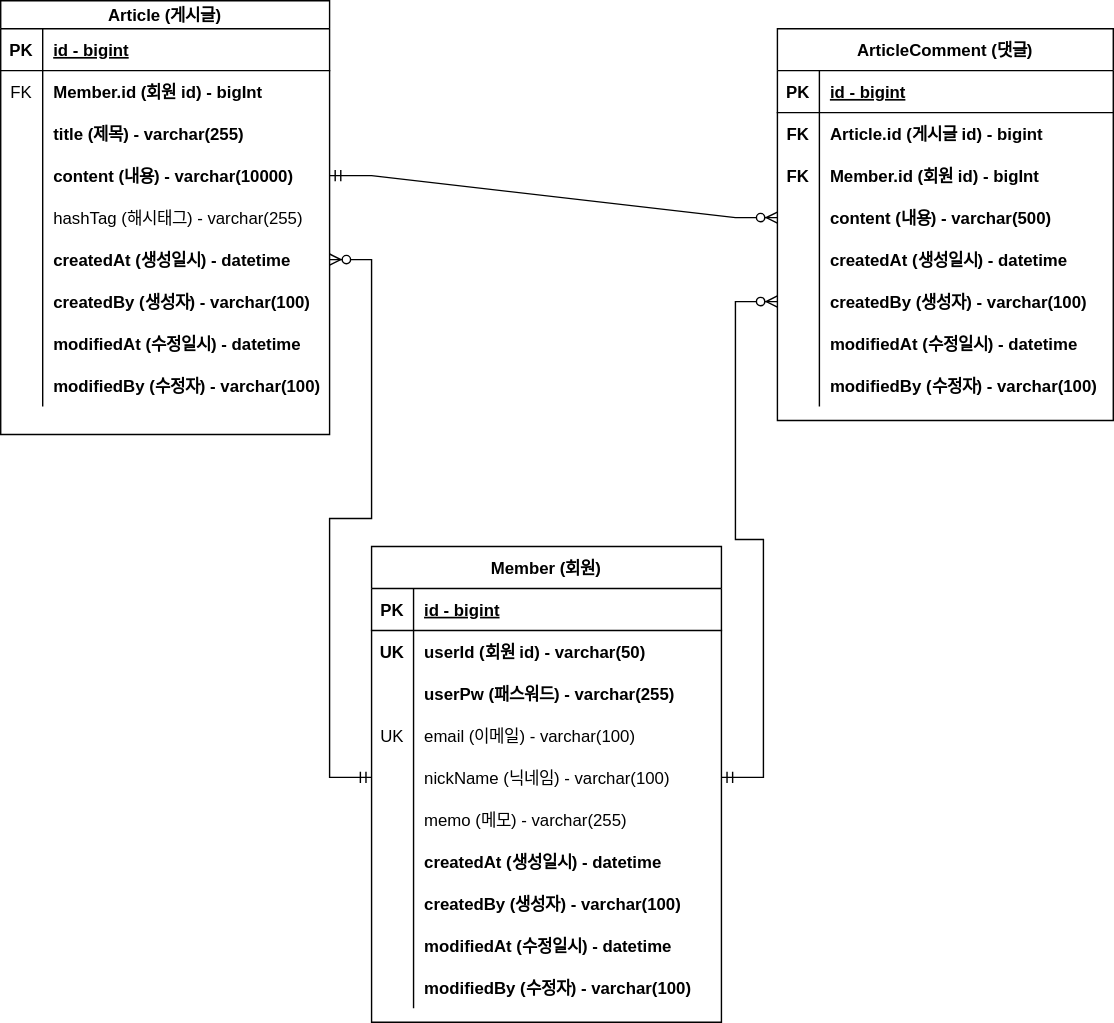
pyo92/project-board keeps this draw.io diagram as document/erd.svg. Above is the earlier version. Source tidied: cells renumbered, new cells last; positions are measured from the earlier drawing's top-left corner, leaving out a move shared by most shapes.
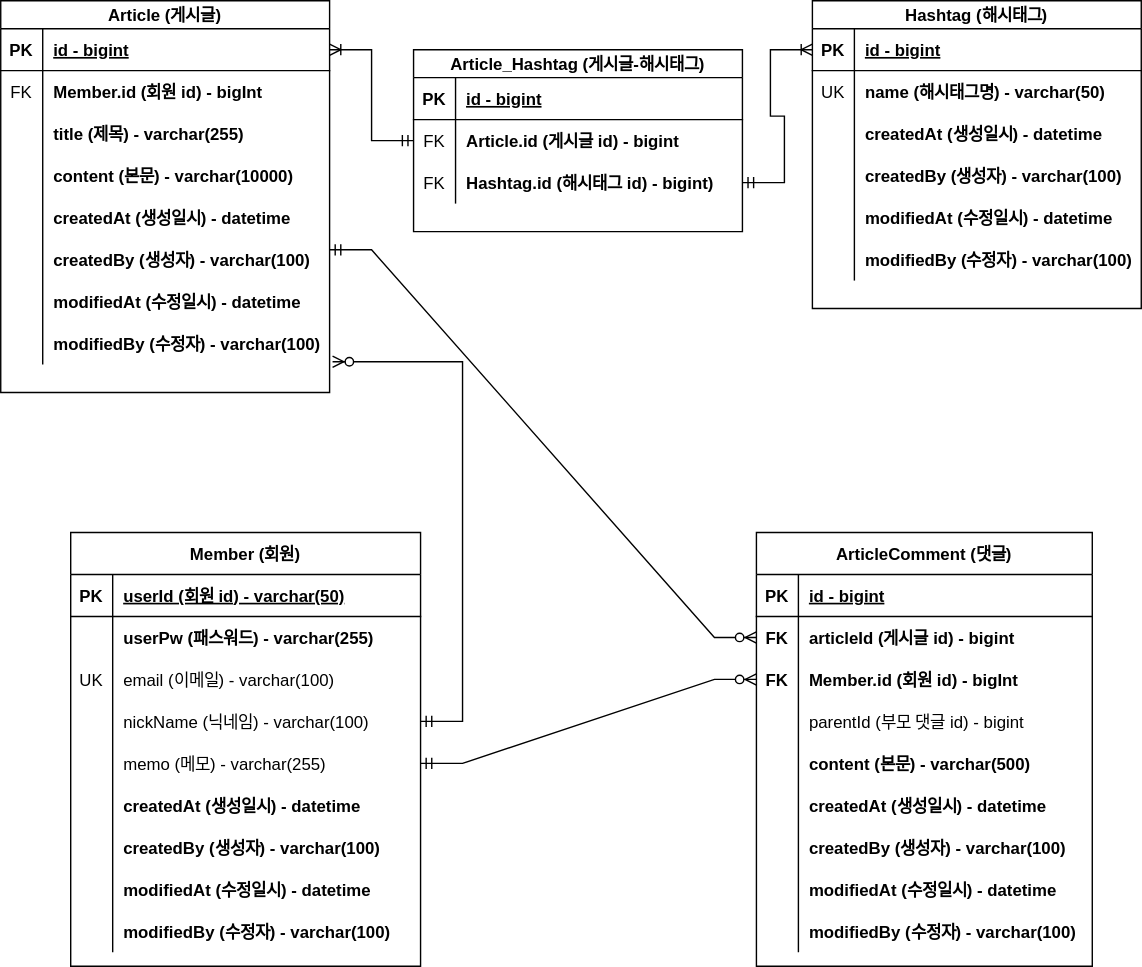
After the change.

Commit message:
[docs] #64 : erd 업데이트 - 해시태그, 대댓글

- 해시태그 (단일 -> 다중), 대댓글 기능 추가로 인한 도메인 변경사항을 반영해 erd 업데이트

The edit, as a diff of the source:
```diff
@@ -5,3 +5,3 @@
     <mxCell id="2" value="Article (게시글)" style="shape=table;startSize=20;rowLines=0;fontStyle=1;align=center;" parent="1" vertex="1">
-      <mxGeometry width="235" height="310" as="geometry" />
+      <mxGeometry x="-12" y="20" width="235" height="280" as="geometry" />
     </mxCell>
@@ -40,16 +40,7 @@
     </mxCell>
-    <mxCell id="14" value="content (내용) - varchar(10000)" style="shape=partialRectangle;overflow=hidden;fillColor=none;top=0;left=0;bottom=0;right=0;align=left;spacingLeft=6;fontStyle=1;" parent="12" vertex="1">
+    <mxCell id="14" value="content (본문) - varchar(10000)" style="shape=partialRectangle;overflow=hidden;fillColor=none;top=0;left=0;bottom=0;right=0;align=left;spacingLeft=6;fontStyle=1;" parent="12" vertex="1">
       <mxGeometry x="30" width="205" height="30" as="geometry" />
     </mxCell>
-    <mxCell id="15" style="shape=partialRectangle;fillColor=none;top=0;left=0;right=0;bottom=0;" parent="2" vertex="1">
-      <mxGeometry y="140" width="235" height="30" as="geometry" />
-    </mxCell>
-    <mxCell id="16" style="shape=partialRectangle;overflow=hidden;fillColor=none;top=0;left=0;bottom=0;right=0;" parent="15" vertex="1">
-      <mxGeometry width="30" height="30" as="geometry" />
-    </mxCell>
-    <mxCell id="17" value="hashTag (해시태그) - varchar(255)" style="shape=partialRectangle;overflow=hidden;fillColor=none;top=0;left=0;bottom=0;right=0;align=left;spacingLeft=6;" parent="15" vertex="1">
-      <mxGeometry x="30" width="205" height="30" as="geometry" />
-    </mxCell>
     <mxCell id="18" style="shape=partialRectangle;fillColor=none;points=[[0,0.5],[1,0.5]];portConstraint=eastwest;top=0;left=0;right=0;bottom=0;" parent="2" vertex="1">
-      <mxGeometry y="170" width="235" height="30" as="geometry" />
+      <mxGeometry y="140" width="235" height="30" as="geometry" />
     </mxCell>
@@ -62,3 +53,3 @@
     <mxCell id="21" style="shape=partialRectangle;fillColor=none;points=[[0,0.5],[1,0.5]];portConstraint=eastwest;top=0;left=0;right=0;bottom=0;" parent="2" vertex="1">
-      <mxGeometry y="200" width="235" height="30" as="geometry" />
+      <mxGeometry y="170" width="235" height="30" as="geometry" />
     </mxCell>
@@ -71,3 +62,3 @@
     <mxCell id="24" style="shape=partialRectangle;fillColor=none;top=0;left=0;right=0;bottom=0;" parent="2" vertex="1">
-      <mxGeometry y="230" width="235" height="30" as="geometry" />
+      <mxGeometry y="200" width="235" height="30" as="geometry" />
     </mxCell>
@@ -80,3 +71,3 @@
     <mxCell id="27" style="shape=partialRectangle;fillColor=none;points=[[0,0.5],[1,0.5]];portConstraint=eastwest;top=0;left=0;right=0;bottom=0;" parent="2" vertex="1">
-      <mxGeometry y="260" width="235" height="30" as="geometry" />
+      <mxGeometry y="230" width="235" height="30" as="geometry" />
     </mxCell>
@@ -89,3 +80,3 @@
     <mxCell id="30" value="ArticleComment (댓글)" style="shape=table;startSize=30;rowLines=0;fontStyle=1;align=center;" parent="1" vertex="1">
-      <mxGeometry x="555" y="20" width="240" height="280" as="geometry" />
+      <mxGeometry x="528" y="400" width="240" height="310" as="geometry" />
     </mxCell>
@@ -124,7 +115,16 @@
     </mxCell>
-    <mxCell id="42" value="content (내용) - varchar(500)" style="shape=partialRectangle;overflow=hidden;fillColor=none;top=0;left=0;bottom=0;right=0;align=left;spacingLeft=6;fontStyle=1;" parent="40" vertex="1">
+    <mxCell id="42" value="parentId (부모 댓글 id) - bigint" style="shape=partialRectangle;overflow=hidden;fillColor=none;top=0;left=0;bottom=0;right=0;align=left;spacingLeft=6;fontStyle=0;" parent="40" vertex="1">
       <mxGeometry x="30" width="210" height="30" as="geometry" />
     </mxCell>
+    <mxCell id="89" style="shape=partialRectangle;fillColor=none;top=0;left=0;right=0;bottom=0;" parent="30" vertex="1">
+      <mxGeometry y="150" width="240" height="30" as="geometry" />
+    </mxCell>
+    <mxCell id="90" style="shape=partialRectangle;overflow=hidden;fillColor=none;top=0;left=0;bottom=0;right=0;" parent="89" vertex="1">
+      <mxGeometry width="30" height="30" as="geometry" />
+    </mxCell>
+    <mxCell id="91" value="content (본문) - varchar(500)" style="shape=partialRectangle;overflow=hidden;fillColor=none;top=0;left=0;bottom=0;right=0;align=left;spacingLeft=6;fontStyle=1;" parent="89" vertex="1">
+      <mxGeometry x="30" width="210" height="30" as="geometry" />
+    </mxCell>
     <mxCell id="43" style="shape=partialRectangle;fillColor=none;top=0;left=0;right=0;bottom=0;" parent="30" vertex="1">
-      <mxGeometry y="150" width="240" height="30" as="geometry" />
+      <mxGeometry y="180" width="240" height="30" as="geometry" />
     </mxCell>
@@ -137,3 +137,3 @@
     <mxCell id="46" style="shape=partialRectangle;fillColor=none;points=[[0,0.5],[1,0.5]];portConstraint=eastwest;top=0;left=0;right=0;bottom=0;" parent="30" vertex="1">
-      <mxGeometry y="180" width="240" height="30" as="geometry" />
+      <mxGeometry y="210" width="240" height="30" as="geometry" />
     </mxCell>
@@ -146,3 +146,3 @@
     <mxCell id="49" style="shape=partialRectangle;fillColor=none;top=0;left=0;right=0;bottom=0;" parent="30" vertex="1">
-      <mxGeometry y="210" width="240" height="30" as="geometry" />
+      <mxGeometry y="240" width="240" height="30" as="geometry" />
     </mxCell>
@@ -155,3 +155,3 @@
     <mxCell id="52" style="shape=partialRectangle;fillColor=none;top=0;left=0;right=0;bottom=0;" parent="30" vertex="1">
-      <mxGeometry y="240" width="240" height="30" as="geometry" />
+      <mxGeometry y="270" width="240" height="30" as="geometry" />
     </mxCell>
@@ -163,3 +163,3 @@
     </mxCell>
-    <mxCell id="55" style="edgeStyle=entityRelationEdgeStyle;fontSize=12;html=1;endArrow=ERzeroToMany;startArrow=ERmandOne;rounded=0;entryX=0;entryY=0.5;entryDx=0;entryDy=0;exitX=1;exitY=0.5;exitDx=0;exitDy=0;" parent="1" edge="1" source="12" target="40">
+    <mxCell id="55" style="edgeStyle=entityRelationEdgeStyle;fontSize=12;html=1;endArrow=ERzeroToMany;startArrow=ERmandOne;rounded=0;exitX=1;exitY=0.267;exitDx=0;exitDy=0;entryX=0;entryY=0.5;entryDx=0;entryDy=0;exitPerimeter=0;" parent="1" edge="1" source="21" target="34">
       <mxGeometry relative="1" as="geometry" />
@@ -167,3 +167,3 @@
     <mxCell id="56" value="Member (회원)" style="shape=table;startSize=30;rowLines=0;fontStyle=1;align=center;" parent="1" vertex="1">
-      <mxGeometry x="265" y="390" width="250" height="340" as="geometry" />
+      <mxGeometry x="38" y="400" width="250" height="310" as="geometry" />
     </mxCell>
@@ -175,16 +175,7 @@
     </mxCell>
-    <mxCell id="59" value="id - bigint" style="shape=partialRectangle;overflow=hidden;fillColor=none;top=0;left=0;bottom=0;right=0;align=left;spacingLeft=6;fontStyle=5;" parent="57" vertex="1">
+    <mxCell id="59" value="userId (회원 id) - varchar(50)" style="shape=partialRectangle;overflow=hidden;fillColor=none;top=0;left=0;bottom=0;right=0;align=left;spacingLeft=6;fontStyle=5;" parent="57" vertex="1">
       <mxGeometry x="30" width="220" height="30" as="geometry" />
     </mxCell>
-    <mxCell id="60" style="shape=partialRectangle;fillColor=none;top=0;left=0;right=0;bottom=0;fontStyle=0;" parent="56" vertex="1">
-      <mxGeometry y="60" width="250" height="30" as="geometry" />
-    </mxCell>
-    <mxCell id="61" value="UK" style="shape=partialRectangle;overflow=hidden;fillColor=none;top=0;left=0;bottom=0;right=0;fontStyle=1;" parent="60" vertex="1">
-      <mxGeometry width="30" height="30" as="geometry" />
-    </mxCell>
-    <mxCell id="62" value="userId (회원 id) - varchar(50)" style="shape=partialRectangle;overflow=hidden;fillColor=none;top=0;left=0;bottom=0;right=0;align=left;spacingLeft=6;fontStyle=1;" parent="60" vertex="1">
-      <mxGeometry x="30" width="220" height="30" as="geometry" />
-    </mxCell>
     <mxCell id="63" style="shape=partialRectangle;fillColor=none;top=0;left=0;right=0;bottom=0;" parent="56" vertex="1">
-      <mxGeometry y="90" width="250" height="30" as="geometry" />
+      <mxGeometry y="60" width="250" height="30" as="geometry" />
     </mxCell>
@@ -197,3 +188,3 @@
     <mxCell id="66" style="shape=partialRectangle;fillColor=none;top=0;left=0;right=0;bottom=0;" parent="56" vertex="1">
-      <mxGeometry y="120" width="250" height="30" as="geometry" />
+      <mxGeometry y="90" width="250" height="30" as="geometry" />
     </mxCell>
@@ -206,3 +197,3 @@
     <mxCell id="69" style="shape=partialRectangle;fillColor=none;points=[[0,0.5],[1,0.5]];portConstraint=eastwest;top=0;left=0;right=0;bottom=0;" parent="56" vertex="1">
-      <mxGeometry y="150" width="250" height="30" as="geometry" />
+      <mxGeometry y="120" width="250" height="30" as="geometry" />
     </mxCell>
@@ -215,3 +206,3 @@
     <mxCell id="72" style="shape=partialRectangle;fillColor=none;points=[[0,0.5],[1,0.5]];portConstraint=eastwest;top=0;left=0;right=0;bottom=0;" parent="56" vertex="1">
-      <mxGeometry y="180" width="250" height="30" as="geometry" />
+      <mxGeometry y="150" width="250" height="30" as="geometry" />
     </mxCell>
@@ -224,3 +215,3 @@
     <mxCell id="75" style="shape=partialRectangle;fillColor=none;top=0;left=0;right=0;bottom=0;" parent="56" vertex="1">
-      <mxGeometry y="210" width="250" height="30" as="geometry" />
+      <mxGeometry y="180" width="250" height="30" as="geometry" />
     </mxCell>
@@ -233,3 +224,3 @@
     <mxCell id="78" style="shape=partialRectangle;fillColor=none;top=0;left=0;right=0;bottom=0;" parent="56" vertex="1">
-      <mxGeometry y="240" width="250" height="30" as="geometry" />
+      <mxGeometry y="210" width="250" height="30" as="geometry" />
     </mxCell>
@@ -242,3 +233,3 @@
     <mxCell id="81" style="shape=partialRectangle;fillColor=none;top=0;left=0;right=0;bottom=0;" parent="56" vertex="1">
-      <mxGeometry y="270" width="250" height="30" as="geometry" />
+      <mxGeometry y="240" width="250" height="30" as="geometry" />
     </mxCell>
@@ -251,3 +242,3 @@
     <mxCell id="84" style="shape=partialRectangle;fillColor=none;top=0;left=0;right=0;bottom=0;" parent="56" vertex="1">
-      <mxGeometry y="300" width="250" height="30" as="geometry" />
+      <mxGeometry y="270" width="250" height="30" as="geometry" />
     </mxCell>
@@ -259,8 +250,101 @@
     </mxCell>
-    <mxCell id="87" style="edgeStyle=entityRelationEdgeStyle;fontSize=12;html=1;endArrow=ERzeroToMany;startArrow=ERmandOne;rounded=0;entryX=1;entryY=0.5;entryDx=0;entryDy=0;exitX=0;exitY=0.5;exitDx=0;exitDy=0;" parent="1" edge="1" source="69" target="18">
+    <mxCell id="87" style="edgeStyle=entityRelationEdgeStyle;fontSize=12;html=1;endArrow=ERzeroToMany;startArrow=ERmandOne;rounded=0;entryX=1.009;entryY=0.933;entryDx=0;entryDy=0;entryPerimeter=0;" parent="1" edge="1" source="69" target="27">
       <mxGeometry relative="1" as="geometry" />
     </mxCell>
-    <mxCell id="88" style="edgeStyle=entityRelationEdgeStyle;fontSize=12;html=1;endArrow=ERzeroToMany;startArrow=ERmandOne;exitX=1;exitY=0.5;exitDx=0;exitDy=0;entryX=0;entryY=0.5;entryDx=0;entryDy=0;rounded=0;" parent="1" edge="1" source="69" target="46">
+    <mxCell id="88" style="edgeStyle=entityRelationEdgeStyle;fontSize=12;html=1;endArrow=ERzeroToMany;startArrow=ERmandOne;exitX=1;exitY=0.5;exitDx=0;exitDy=0;rounded=0;entryX=0;entryY=0.5;entryDx=0;entryDy=0;" parent="1" edge="1" source="72" target="37">
       <mxGeometry relative="1" as="geometry" />
     </mxCell>
+    <mxCell id="92" value="Hashtag (해시태그)" style="shape=table;startSize=20;rowLines=0;fontStyle=1;align=center;" parent="1" vertex="1">
+      <mxGeometry x="568" y="20" width="235" height="220" as="geometry" />
+    </mxCell>
+    <mxCell id="93" style="shape=partialRectangle;fillColor=none;points=[[0,0.5],[1,0.5]];portConstraint=eastwest;top=0;left=0;right=0;bottom=1;" parent="92" vertex="1">
+      <mxGeometry y="20" width="235" height="30" as="geometry" />
+    </mxCell>
+    <mxCell id="94" value="PK" style="shape=partialRectangle;overflow=hidden;fillColor=none;top=0;left=0;bottom=0;right=0;fontStyle=1;" parent="93" vertex="1">
+      <mxGeometry width="30" height="30" as="geometry" />
+    </mxCell>
+    <mxCell id="95" value="id - bigint" style="shape=partialRectangle;overflow=hidden;fillColor=none;top=0;left=0;bottom=0;right=0;align=left;spacingLeft=6;fontStyle=5;" parent="93" vertex="1">
+      <mxGeometry x="30" width="205" height="30" as="geometry" />
+    </mxCell>
+    <mxCell id="96" style="shape=partialRectangle;fillColor=none;top=0;left=0;right=0;bottom=0;" parent="92" vertex="1">
+      <mxGeometry y="50" width="235" height="30" as="geometry" />
+    </mxCell>
+    <mxCell id="61" value="UK" style="shape=partialRectangle;overflow=hidden;fillColor=none;top=0;left=0;bottom=0;right=0;" parent="96" vertex="1">
+      <mxGeometry width="30" height="30" as="geometry" />
+    </mxCell>
+    <mxCell id="97" value="name (해시태그명) - varchar(50)" style="shape=partialRectangle;overflow=hidden;fillColor=none;top=0;left=0;bottom=0;right=0;align=left;spacingLeft=6;fontStyle=1;" parent="96" vertex="1">
+      <mxGeometry x="30" width="205" height="30" as="geometry" />
+    </mxCell>
+    <mxCell id="98" style="shape=partialRectangle;fillColor=none;top=0;left=0;right=0;bottom=0;" parent="92" vertex="1">
+      <mxGeometry y="80" width="235" height="30" as="geometry" />
+    </mxCell>
+    <mxCell id="99" style="shape=partialRectangle;overflow=hidden;fillColor=none;top=0;left=0;bottom=0;right=0;" parent="98" vertex="1">
+      <mxGeometry width="30" height="30" as="geometry" />
+    </mxCell>
+    <mxCell id="100" value="createdAt (생성일시) - datetime" style="shape=partialRectangle;overflow=hidden;fillColor=none;top=0;left=0;bottom=0;right=0;align=left;spacingLeft=6;fontStyle=1;" parent="98" vertex="1">
+      <mxGeometry x="30" width="205" height="30" as="geometry" />
+    </mxCell>
+    <mxCell id="101" style="shape=partialRectangle;fillColor=none;top=0;left=0;right=0;bottom=0;" parent="92" vertex="1">
+      <mxGeometry y="110" width="235" height="30" as="geometry" />
+    </mxCell>
+    <mxCell id="102" style="shape=partialRectangle;overflow=hidden;fillColor=none;top=0;left=0;bottom=0;right=0;" parent="101" vertex="1">
+      <mxGeometry width="30" height="30" as="geometry" />
+    </mxCell>
+    <mxCell id="103" value="createdBy (생성자) - varchar(100)" style="shape=partialRectangle;overflow=hidden;fillColor=none;top=0;left=0;bottom=0;right=0;align=left;spacingLeft=6;fontStyle=1;" parent="101" vertex="1">
+      <mxGeometry x="30" width="205" height="30" as="geometry" />
+    </mxCell>
+    <mxCell id="15" style="shape=partialRectangle;fillColor=none;top=0;left=0;right=0;bottom=0;" parent="92" vertex="1">
+      <mxGeometry y="140" width="235" height="30" as="geometry" />
+    </mxCell>
+    <mxCell id="104" style="shape=partialRectangle;overflow=hidden;fillColor=none;top=0;left=0;bottom=0;right=0;" parent="15" vertex="1">
+      <mxGeometry width="30" height="30" as="geometry" />
+    </mxCell>
+    <mxCell id="105" value="modifiedAt (수정일시) - datetime" style="shape=partialRectangle;overflow=hidden;fillColor=none;top=0;left=0;bottom=0;right=0;align=left;spacingLeft=6;fontStyle=1;" parent="15" vertex="1">
+      <mxGeometry x="30" width="205" height="30" as="geometry" />
+    </mxCell>
+    <mxCell id="106" style="shape=partialRectangle;fillColor=none;top=0;left=0;right=0;bottom=0;" parent="92" vertex="1">
+      <mxGeometry y="170" width="235" height="30" as="geometry" />
+    </mxCell>
+    <mxCell id="107" style="shape=partialRectangle;overflow=hidden;fillColor=none;top=0;left=0;bottom=0;right=0;" parent="106" vertex="1">
+      <mxGeometry width="30" height="30" as="geometry" />
+    </mxCell>
+    <mxCell id="108" value="modifiedBy (수정자) - varchar(100)" style="shape=partialRectangle;overflow=hidden;fillColor=none;top=0;left=0;bottom=0;right=0;align=left;spacingLeft=6;fontStyle=1;" parent="106" vertex="1">
+      <mxGeometry x="30" width="205" height="30" as="geometry" />
+    </mxCell>
+    <mxCell id="109" value="Article_Hashtag (게시글-해시태그)" style="shape=table;startSize=20;rowLines=0;fontStyle=1;align=center;" parent="1" vertex="1">
+      <mxGeometry x="283" y="55" width="235" height="130" as="geometry" />
+    </mxCell>
+    <mxCell id="110" style="shape=partialRectangle;fillColor=none;top=0;left=0;right=0;bottom=1;" parent="109" vertex="1">
+      <mxGeometry y="20" width="235" height="30" as="geometry" />
+    </mxCell>
+    <mxCell id="111" value="PK" style="shape=partialRectangle;overflow=hidden;fillColor=none;top=0;left=0;bottom=0;right=0;fontStyle=1;" parent="110" vertex="1">
+      <mxGeometry width="30" height="30" as="geometry" />
+    </mxCell>
+    <mxCell id="112" value="id - bigint" style="shape=partialRectangle;overflow=hidden;fillColor=none;top=0;left=0;bottom=0;right=0;align=left;spacingLeft=6;fontStyle=5;" parent="110" vertex="1">
+      <mxGeometry x="30" width="205" height="30" as="geometry" />
+    </mxCell>
+    <mxCell id="113" style="shape=partialRectangle;fillColor=none;points=[[0,0.5],[1,0.5]];portConstraint=eastwest;top=0;left=0;right=0;bottom=0;" parent="109" vertex="1">
+      <mxGeometry y="50" width="235" height="30" as="geometry" />
+    </mxCell>
+    <mxCell id="114" value="FK" style="shape=partialRectangle;overflow=hidden;fillColor=none;top=0;left=0;bottom=0;right=0;" parent="113" vertex="1">
+      <mxGeometry width="30" height="30" as="geometry" />
+    </mxCell>
+    <mxCell id="115" value="Article.id (게시글 id) - bigint" style="shape=partialRectangle;overflow=hidden;fillColor=none;top=0;left=0;bottom=0;right=0;align=left;spacingLeft=6;fontStyle=1;" parent="113" vertex="1">
+      <mxGeometry x="30" width="205" height="30" as="geometry" />
+    </mxCell>
+    <mxCell id="116" style="shape=partialRectangle;fillColor=none;points=[[0,0.5],[1,0.5]];portConstraint=eastwest;top=0;left=0;right=0;bottom=0;" parent="109" vertex="1">
+      <mxGeometry y="80" width="235" height="30" as="geometry" />
+    </mxCell>
+    <mxCell id="117" value="FK" style="shape=partialRectangle;overflow=hidden;fillColor=none;top=0;left=0;bottom=0;right=0;" parent="116" vertex="1">
+      <mxGeometry width="30" height="30" as="geometry" />
+    </mxCell>
+    <mxCell id="118" value="Hashtag.id (해시태그 id) - bigint)" style="shape=partialRectangle;overflow=hidden;fillColor=none;top=0;left=0;bottom=0;right=0;align=left;spacingLeft=6;fontStyle=1;" parent="116" vertex="1">
+      <mxGeometry x="30" width="205" height="30" as="geometry" />
+    </mxCell>
+    <mxCell id="119" style="edgeStyle=entityRelationEdgeStyle;fontSize=12;html=1;endArrow=ERoneToMany;startArrow=ERmandOne;rounded=0;exitX=0;exitY=0.5;exitDx=0;exitDy=0;endFill=0;entryX=1;entryY=0.5;entryDx=0;entryDy=0;" parent="1" edge="1" source="113" target="3">
+      <mxGeometry relative="1" as="geometry" />
+    </mxCell>
+    <mxCell id="120" style="edgeStyle=entityRelationEdgeStyle;fontSize=12;html=1;endArrow=ERoneToMany;startArrow=ERmandOne;rounded=0;endFill=0;entryX=0;entryY=0.5;entryDx=0;entryDy=0;exitX=1;exitY=0.5;exitDx=0;exitDy=0;" parent="1" edge="1" source="116" target="93">
+      <mxGeometry relative="1" as="geometry" />
+    </mxCell>
   </root>
```
